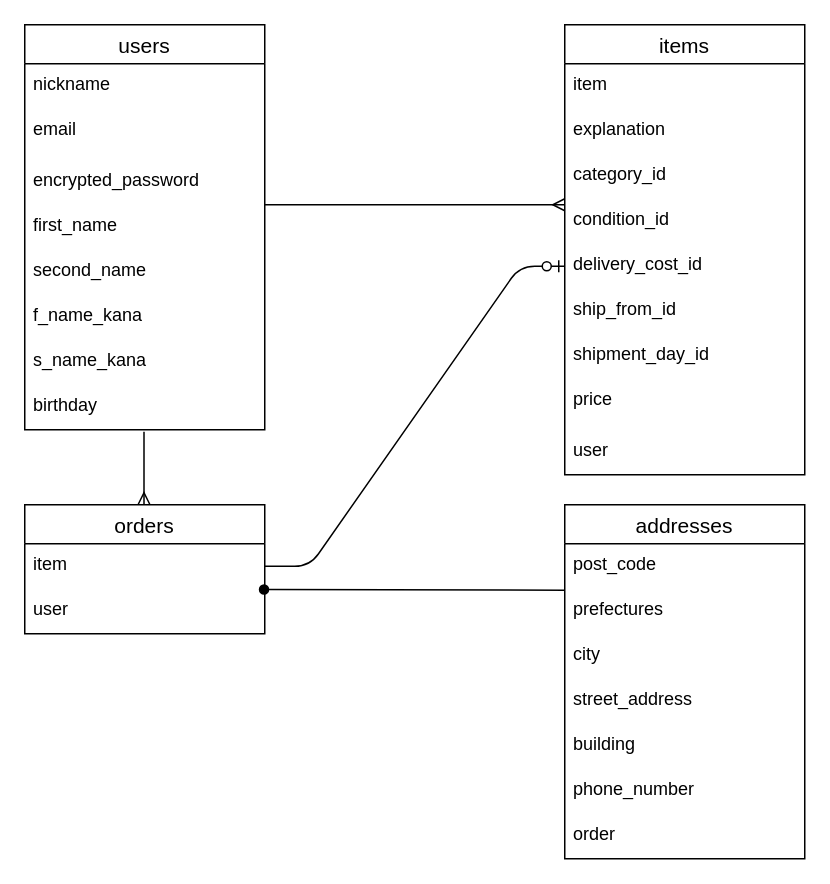
Earlier version of the draw.io diagram test.dio (makoiwa/furima-39797). Source tidied: cells renumbered, new cells numbered last; positions are measured from the earlier drawing's top-left corner, leaving out a move shared by most shapes. Both pictures are drawn from the tidied source at 150%, with x=0, y=0 at pixel (24, 24).
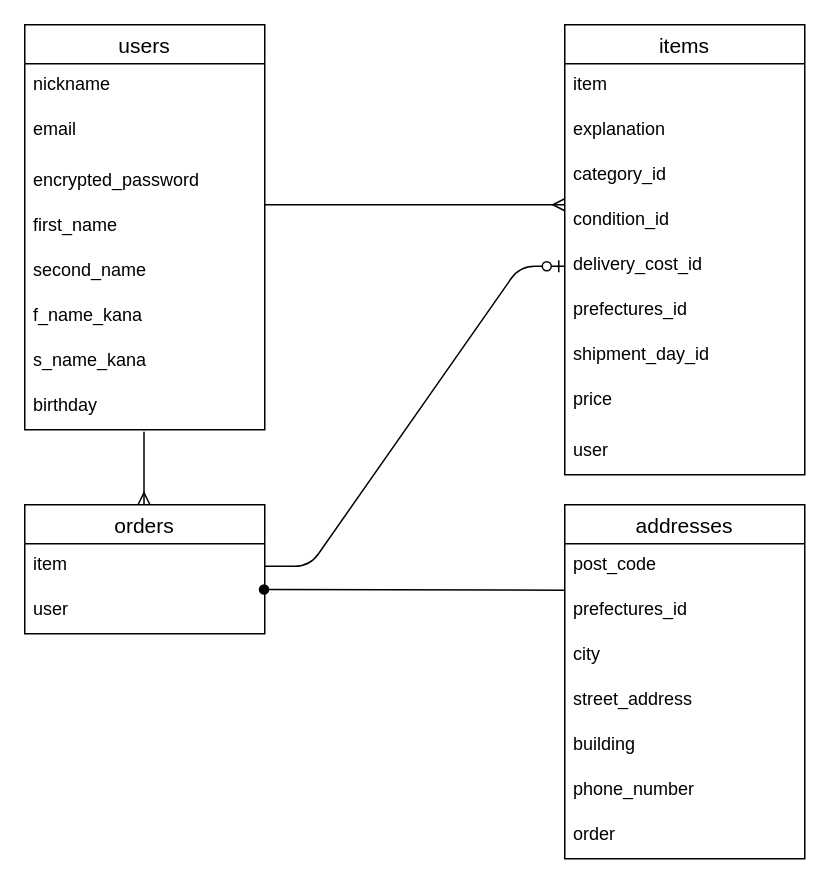
The same diagram, later.

Unchanged cells that the change refers to:
```xml
<mxCell id="11" value="items" style="swimlane;fontStyle=0;horizontal=1;startSize=26;align=center;fontSize=14;" parent="1" vertex="1">
  <mxGeometry x="360" width="160" height="300" as="geometry" />
</mxCell>
<mxCell id="24" value="addresses" style="swimlane;fontStyle=0;horizontal=1;startSize=26;align=center;fontSize=14;" parent="1" vertex="1">
  <mxGeometry x="360" y="320" width="160" height="236" as="geometry" />
</mxCell>
```

What changed in the source:
```diff
@@
-    <mxCell id="17" value="ship_from_id" style="text;strokeColor=none;fillColor=none;spacingLeft=4;spacingRight=4;overflow=hidden;fontSize=12;" parent="11" vertex="1">
+    <mxCell id="17" value="prefectures_id" style="text;strokeColor=none;fillColor=none;spacingLeft=4;spacingRight=4;overflow=hidden;fontSize=12;" parent="11" vertex="1">
       <mxGeometry y="176" width="160" height="30" as="geometry" />
     </mxCell>
@@
-    <mxCell id="26" value="prefectures" style="text;strokeColor=none;fillColor=none;spacingLeft=4;spacingRight=4;overflow=hidden;fontSize=12;" parent="24" vertex="1">
+    <mxCell id="26" value="prefectures_id" style="text;strokeColor=none;fillColor=none;spacingLeft=4;spacingRight=4;overflow=hidden;fontSize=12;" parent="24" vertex="1">
       <mxGeometry y="56" width="160" height="30" as="geometry" />
     </mxCell>
```
